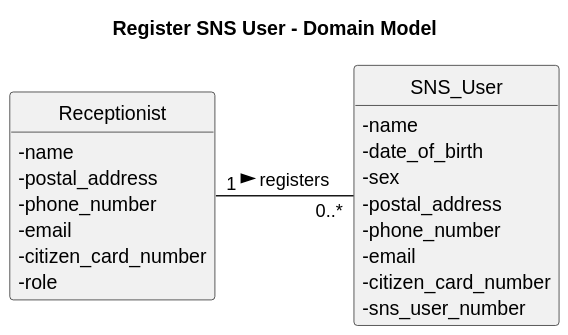
Before: docs/system-documentation/US20/svg/US20-MD.svg, a diagram exported from PlantUML (Parafita123/leti-esoft-25-26-B1). Its diagram source:
```plantuml
@startuml

hide circle
skinparam classAttributeIconSize 0
hide methods

title Register SNS User - Domain Model

class Receptionist {
    - name
    - postal_address
    - phone_number
    - email
    - citizen_card_number
    - role
}

class SNS_User {
    - name
    - date_of_birth
    - sex
    - postal_address
    - phone_number
    - email
    - citizen_card_number
    - sns_user_number
}

Receptionist "1" -right-- "0..*" SNS_User: registers >
@enduml
```
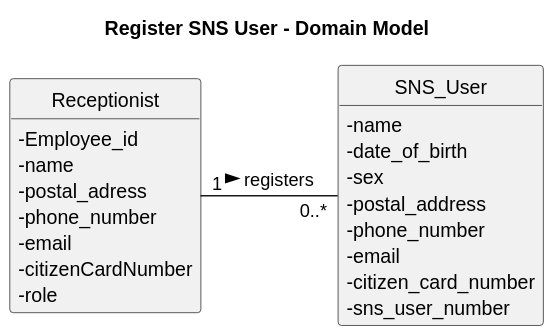
The same file after the commit.

The edit, as a diff of the source:
```diff
@@ -7,11 +7,12 @@
 title Register SNS User - Domain Model
 
 class Receptionist {
+    - Employee_id
     - name
-    - postal_address
+    - postal_adress
     - phone_number
     - email
-    - citizen_card_number
+    -citizenCardNumber
     - role
 }
 
```
